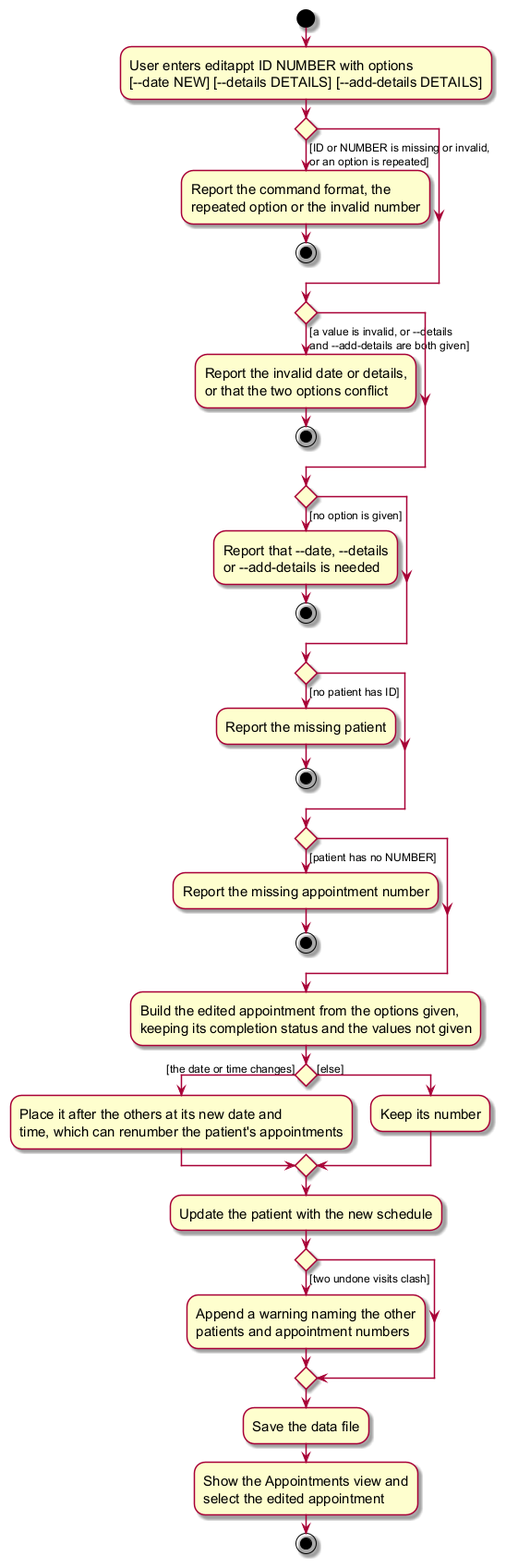
The PlantUML diagram docs/images/EditAppointmentActivityDiagram.png in Bruhmiuz/teePee, before a commit.
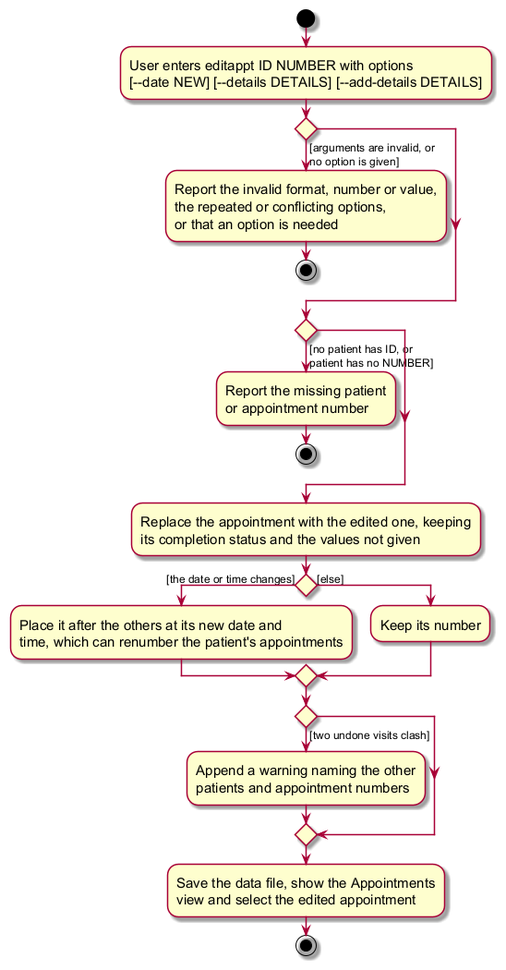
The same diagram one commit later.

Commit message:
Shorten the editappt activity diagram

The editappt activity diagram gives each of its five error checks its
own branch, which makes it too long to read in the DG.

Let's merge the argument checks into one branch, and the patient and
appointment number checks into another, and combine the steps that
always run in sequence. The errors stay in the order the code checks
them, and each box still says what it reports.

The shorter diagram no longer needs to be scaled down, so let's show it
at its natural width.

What changed in the source:
```diff
@@ -6,46 +6,32 @@
 :User enters editappt ID NUMBER with options
 [~--date NEW] [~--details DETAILS] [~--add-details DETAILS];
 
-if () then ([ID or NUMBER is missing or invalid,
-or an option is repeated])
-    :Report the command format, the
-    repeated option or the invalid number;
+if () then ([arguments are invalid, or
+no option is given])
+    :Report the invalid format, number or value,
+    the repeated or conflicting options,
+    or that an option is needed;
     stop
 endif
-if () then ([a value is invalid, or ~--details
-and ~--add-details are both given])
-    :Report the invalid date or details,
-    or that the two options conflict;
+if () then ([no patient has ID, or
+patient has no NUMBER])
+    :Report the missing patient
+    or appointment number;
     stop
 endif
-if () then ([no option is given])
-    :Report that ~--date, ~--details
-    or ~--add-details is needed;
-    stop
-endif
-if () then ([no patient has ID])
-    :Report the missing patient;
-    stop
-endif
-if () then ([patient has no NUMBER])
-    :Report the missing appointment number;
-    stop
-endif
-:Build the edited appointment from the options given,
-keeping its completion status and the values not given;
+:Replace the appointment with the edited one, keeping
+its completion status and the values not given;
 if () then ([the date or time changes])
     :Place it after the others at its new date and
     time, which can renumber the patient's appointments;
 else ([else])
     :Keep its number;
 endif
-:Update the patient with the new schedule;
 if () then ([two undone visits clash])
     :Append a warning naming the other
     patients and appointment numbers;
 endif
-:Save the data file;
-:Show the Appointments view and
-select the edited appointment;
+:Save the data file, show the Appointments
+view and select the edited appointment;
 stop
 @enduml
```
